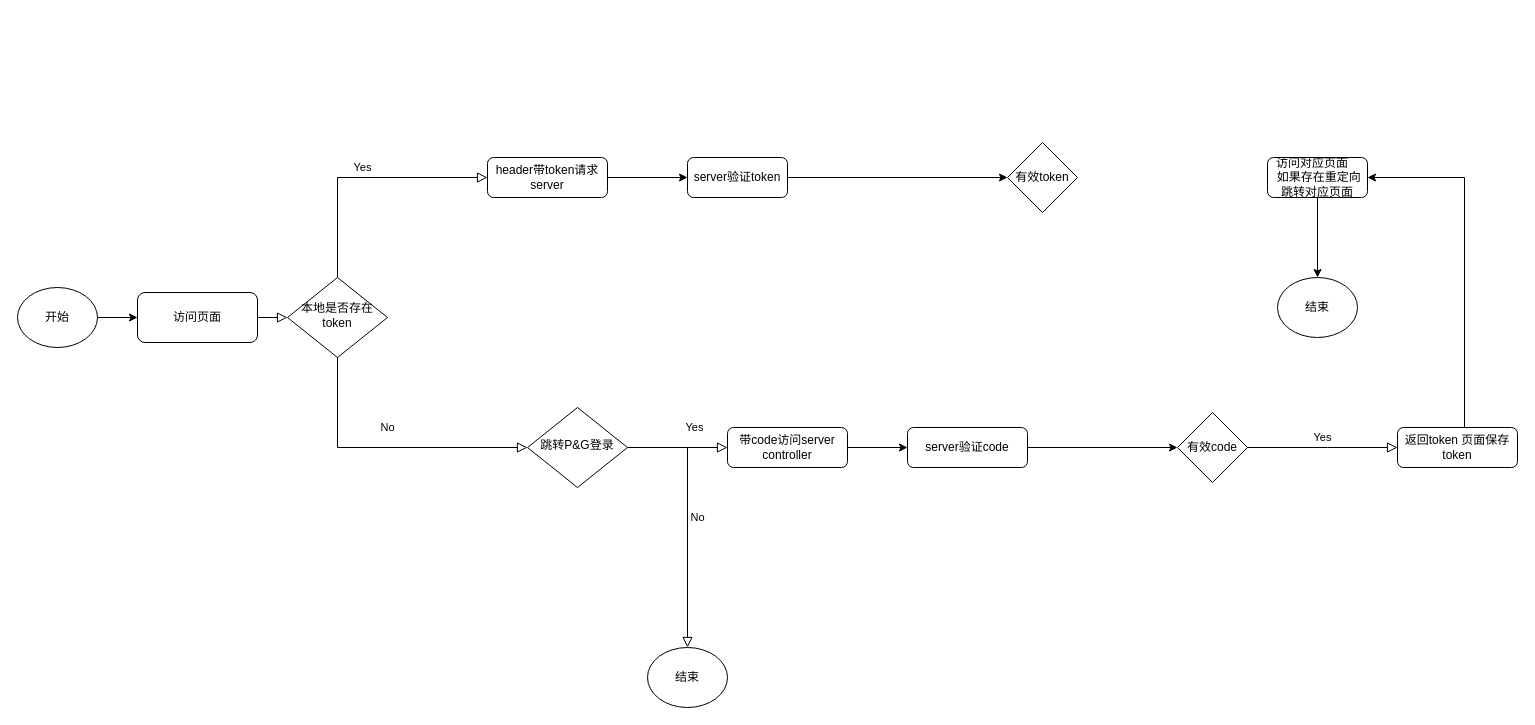
Earlier version of the draw.io diagram 霓虹文本/Untitled Diagram.drawio (18241033575/cool-css). Source tidied: cells renumbered, new cells numbered last; positions are measured from the earlier drawing's top-left corner, leaving out a move shared by most shapes. Both pictures are drawn from the tidied source at 100%, with x=0, y=0 at pixel (17, 142).
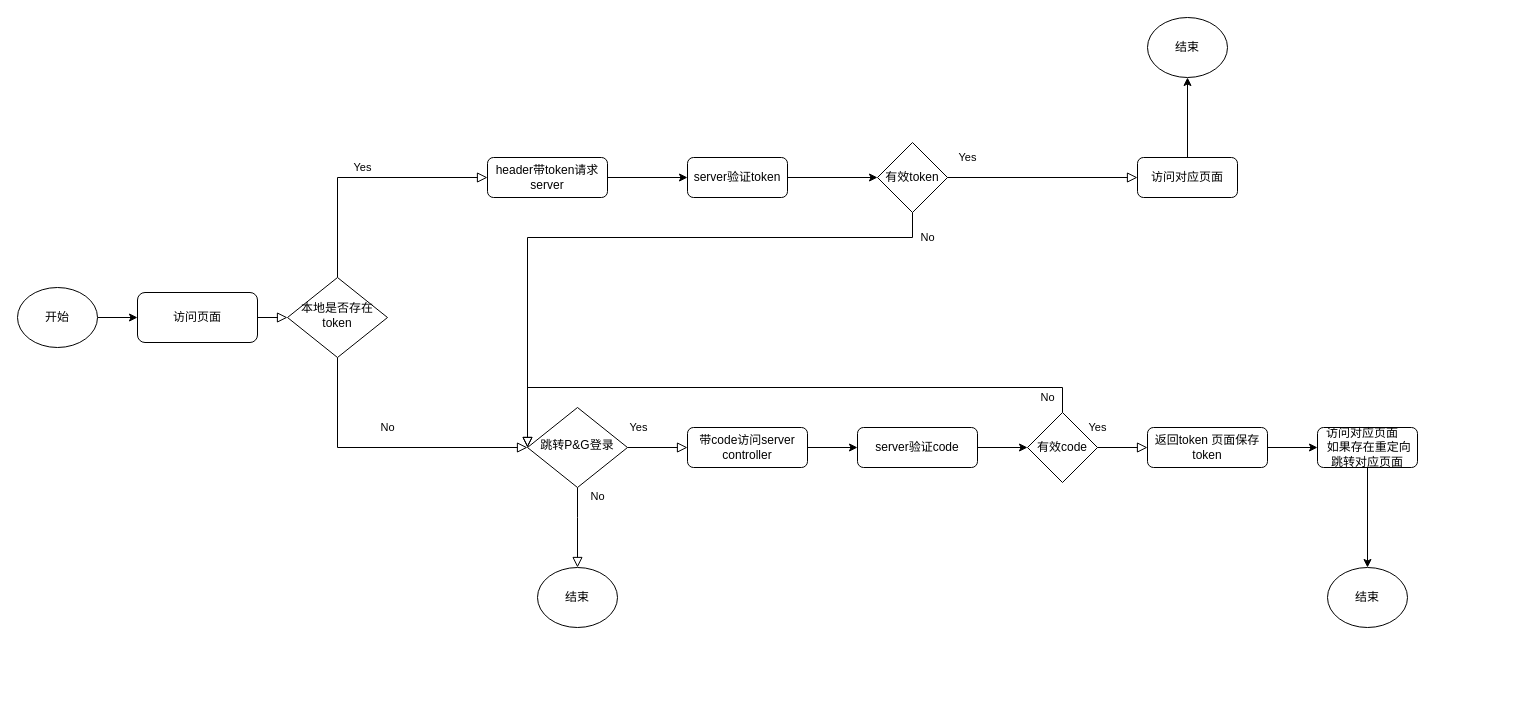
The same page after the edit.

Unchanged cells that the change refers to:
```xml
<mxCell id="11" value="跳转P&amp;amp;G登录" style="rhombus;whiteSpace=wrap;html=1;shadow=0;fontFamily=Helvetica;fontSize=12;align=center;strokeWidth=1;spacing=6;spacingTop=-4;" parent="1" vertex="1">
  <mxGeometry x="510" y="265" width="100" height="80" as="geometry" />
</mxCell>
```

Diff of the diagram source:
```diff
@@
     <mxCell id="9" value="Yes" style="rounded=0;html=1;jettySize=auto;fontSize=11;endArrow=block;endFill=0;endSize=8;strokeWidth=1;shadow=0;labelBackgroundColor=none;edgeStyle=orthogonalEdgeStyle;entryX=0;entryY=0.5;entryDx=0;entryDy=0;" parent="1" edge="1" source="11" target="13">
-      <mxGeometry x="0.33" y="20" relative="1" as="geometry" />
+      <mxGeometry x="-0.67" y="20" relative="1" as="geometry">
+        <mxPoint x="1" as="offset" />
+      </mxGeometry>
     </mxCell>
-    <mxCell id="10" value="No" style="edgeStyle=orthogonalEdgeStyle;rounded=0;html=1;jettySize=auto;fontSize=11;endArrow=block;endFill=0;endSize=8;strokeWidth=1;shadow=0;labelBackgroundColor=none;entryX=0.5;entryY=0;entryDx=0;entryDy=0;" parent="1" edge="1" source="11" target="28">
-      <mxGeometry y="10" relative="1" as="geometry" />
+    <mxCell id="10" value="No" style="edgeStyle=orthogonalEdgeStyle;rounded=0;html=1;jettySize=auto;fontSize=11;endArrow=block;endFill=0;endSize=8;strokeWidth=1;shadow=0;labelBackgroundColor=none;entryX=0.5;entryY=0;entryDx=0;entryDy=0;exitX=0.5;exitY=1;exitDx=0;exitDy=0;" parent="1" edge="1" source="11" target="28">
+      <mxGeometry x="-0.75" y="20" relative="1" as="geometry">
+        <Array as="points">
+          <mxPoint x="560" y="375" />
+          <mxPoint x="560" y="375" />
+        </Array>
+        <mxPoint y="-1" as="offset" />
+      </mxGeometry>
     </mxCell>
@@
     <mxCell id="13" value="带code访问server controller" style="rounded=1;whiteSpace=wrap;html=1;fontSize=12;glass=0;strokeWidth=1;shadow=0;" parent="1" vertex="1">
-      <mxGeometry x="710" y="285" width="120" height="40" as="geometry" />
+      <mxGeometry x="670" y="285" width="120" height="40" as="geometry" />
     </mxCell>
@@
     <mxCell id="16" value="有效token" style="rhombus;whiteSpace=wrap;html=1;" parent="1" vertex="1">
-      <mxGeometry x="990" width="70" height="70" as="geometry" />
+      <mxGeometry x="860" width="70" height="70" as="geometry" />
     </mxCell>
@@
     <mxCell id="18" value="访问对应页面&amp;nbsp; &amp;nbsp; &amp;nbsp;如果存在重定向跳转对应页面" style="rounded=1;whiteSpace=wrap;html=1;" parent="1" vertex="1">
-      <mxGeometry x="1250" y="15" width="100" height="40" as="geometry" />
+      <mxGeometry x="1300" y="285" width="100" height="40" as="geometry" />
     </mxCell>
@@
     <mxCell id="21" value="结束" style="ellipse;whiteSpace=wrap;html=1;" parent="1" vertex="1">
-      <mxGeometry x="1260" y="135" width="80" height="60" as="geometry" />
+      <mxGeometry x="1310" y="425" width="80" height="60" as="geometry" />
     </mxCell>
@@
     <mxCell id="23" value="server验证code" style="rounded=1;whiteSpace=wrap;html=1;fontSize=12;glass=0;strokeWidth=1;shadow=0;" parent="1" vertex="1">
-      <mxGeometry x="890" y="285" width="120" height="40" as="geometry" />
+      <mxGeometry x="840" y="285" width="120" height="40" as="geometry" />
     </mxCell>
     <mxCell id="24" value="有效code" style="rhombus;whiteSpace=wrap;html=1;" parent="1" vertex="1">
-      <mxGeometry x="1160" y="270" width="70" height="70" as="geometry" />
+      <mxGeometry x="1010" y="270" width="70" height="70" as="geometry" />
     </mxCell>
-    <mxCell id="25" value="Yes" style="edgeStyle=orthogonalEdgeStyle;rounded=0;html=1;jettySize=auto;fontSize=11;endArrow=block;endFill=0;endSize=8;strokeWidth=1;shadow=0;labelBackgroundColor=none;exitX=1;exitY=0.5;exitDx=0;exitDy=0;entryX=0;entryY=0.5;entryDx=0;entryDy=0;" parent="1" edge="1" source="24" target="27">
-      <mxGeometry y="10" relative="1" as="geometry">
-        <Array as="points">
-          <mxPoint x="1310" y="305" />
-          <mxPoint x="1310" y="305" />
-        </Array>
-      </mxGeometry>
-    </mxCell>
-    <mxCell id="26" style="edgeStyle=orthogonalEdgeStyle;rounded=0;jettySize=auto;html=1;entryX=1;entryY=0.5;entryDx=0;entryDy=0;" parent="1" edge="1" source="27" target="18">
-      <mxGeometry relative="1" as="geometry">
-        <Array as="points">
-          <mxPoint x="1447" y="35" />
-        </Array>
-      </mxGeometry>
+    <mxCell id="26" style="edgeStyle=orthogonalEdgeStyle;rounded=0;jettySize=auto;html=1;exitX=1;exitY=0.5;exitDx=0;exitDy=0;entryX=0;entryY=0.5;entryDx=0;entryDy=0;" parent="1" edge="1" source="27" target="18">
+      <mxGeometry relative="1" as="geometry" />
     </mxCell>
     <mxCell id="27" value="返回token 页面保存token" style="rounded=1;whiteSpace=wrap;html=1;fontSize=12;glass=0;strokeWidth=1;shadow=0;" parent="1" vertex="1">
-      <mxGeometry x="1380" y="285" width="120" height="40" as="geometry" />
+      <mxGeometry x="1130" y="285" width="120" height="40" as="geometry" />
     </mxCell>
     <mxCell id="28" value="结束" style="ellipse;whiteSpace=wrap;html=1;" parent="1" vertex="1">
-      <mxGeometry x="630" y="505" width="80" height="60" as="geometry" />
+      <mxGeometry x="520" y="425" width="80" height="60" as="geometry" />
     </mxCell>
+    <mxCell id="29" value="Yes" style="edgeStyle=orthogonalEdgeStyle;rounded=0;html=1;jettySize=auto;fontSize=11;endArrow=block;endFill=0;endSize=8;strokeWidth=1;shadow=0;labelBackgroundColor=none;entryX=0;entryY=0.5;entryDx=0;entryDy=0;exitX=1;exitY=0.5;exitDx=0;exitDy=0;" parent="1" edge="1" source="24" target="27">
+      <mxGeometry x="-1" y="20" relative="1" as="geometry" />
+    </mxCell>
+    <mxCell id="30" value="No" style="rounded=0;html=1;jettySize=auto;fontSize=11;endArrow=block;endFill=0;endSize=8;strokeWidth=1;shadow=0;labelBackgroundColor=none;edgeStyle=orthogonalEdgeStyle;exitX=0.5;exitY=0;exitDx=0;exitDy=0;entryX=0;entryY=0.5;entryDx=0;entryDy=0;" parent="1" edge="1" source="24" target="11">
+      <mxGeometry x="-0.87" y="10" relative="1" as="geometry">
+        <Array as="points">
+          <mxPoint x="1045" y="245" />
+          <mxPoint x="510" y="245" />
+        </Array>
+      </mxGeometry>
+    </mxCell>
+    <mxCell id="31" value="No" style="rounded=0;html=1;jettySize=auto;fontSize=11;endArrow=block;endFill=0;endSize=8;strokeWidth=1;shadow=0;labelBackgroundColor=none;edgeStyle=orthogonalEdgeStyle;exitX=0.5;exitY=1;exitDx=0;exitDy=0;entryX=0;entryY=0.5;entryDx=0;entryDy=0;" parent="1" edge="1" source="16" target="11">
+      <mxGeometry x="-0.92" y="-15" relative="1" as="geometry">
+        <Array as="points">
+          <mxPoint x="895" y="95" />
+          <mxPoint x="510" y="95" />
+        </Array>
+        <mxPoint x="15" y="15" as="offset" />
+      </mxGeometry>
+    </mxCell>
+    <mxCell id="25" value="Yes" style="edgeStyle=orthogonalEdgeStyle;rounded=0;html=1;jettySize=auto;fontSize=11;endArrow=block;endFill=0;endSize=8;strokeWidth=1;shadow=0;labelBackgroundColor=none;exitX=1;exitY=0.5;exitDx=0;exitDy=0;entryX=0;entryY=0.5;entryDx=0;entryDy=0;" parent="1" edge="1" source="16" target="33">
+      <mxGeometry x="-0.79" y="20" relative="1" as="geometry" />
+    </mxCell>
+    <mxCell id="32" style="edgeStyle=orthogonalEdgeStyle;rounded=0;jettySize=auto;html=1;" parent="1" edge="1" source="33" target="34">
+      <mxGeometry relative="1" as="geometry" />
+    </mxCell>
+    <mxCell id="33" value="访问对应页面" style="rounded=1;whiteSpace=wrap;html=1;" parent="1" vertex="1">
+      <mxGeometry x="1120" y="15" width="100" height="40" as="geometry" />
+    </mxCell>
+    <mxCell id="34" value="结束" style="ellipse;whiteSpace=wrap;html=1;" parent="1" vertex="1">
+      <mxGeometry x="1130" y="-125" width="80" height="60" as="geometry" />
+    </mxCell>
```
